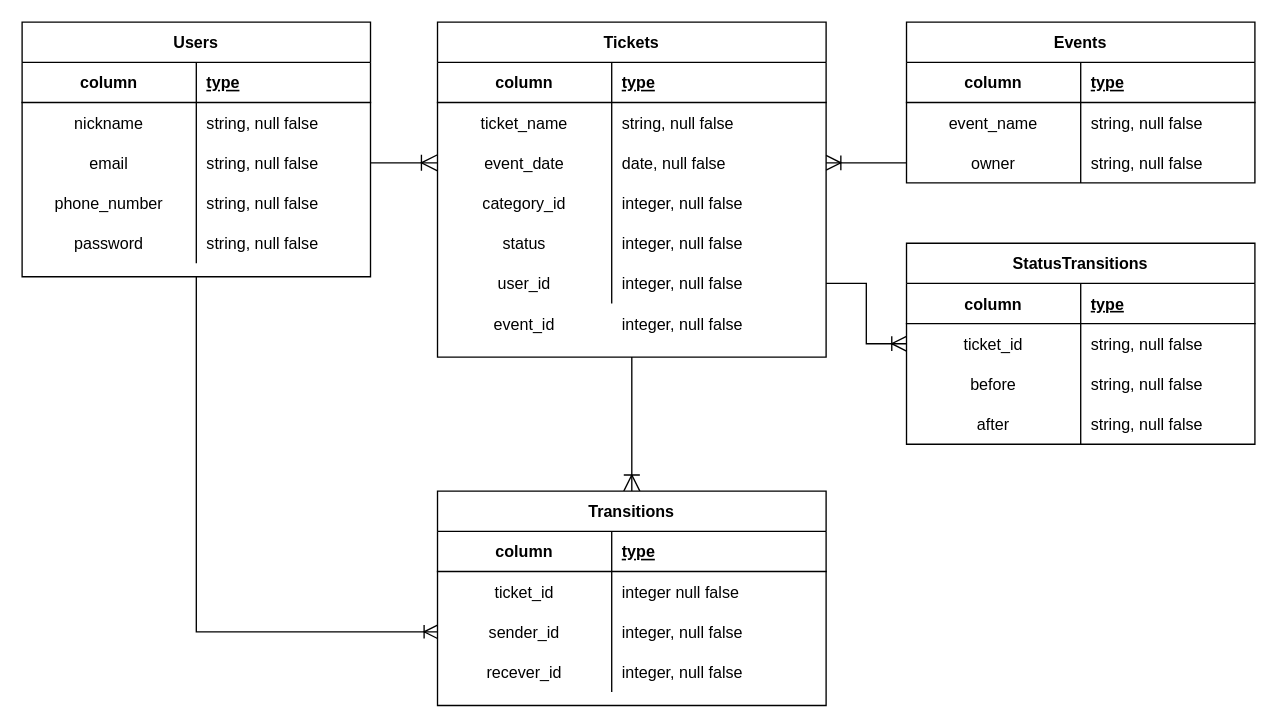
Before: ticket_transfer_app.dio in yuyakawai0411/auth-ticket-transfer, a draw.io diagram. Source tidied: cells renumbered, new cells numbered last; positions are measured from the earlier drawing's top-left corner, leaving out a move shared by most shapes. Both pictures are drawn from the tidied source at 134%, with x=0, y=0 at pixel (21, 21).
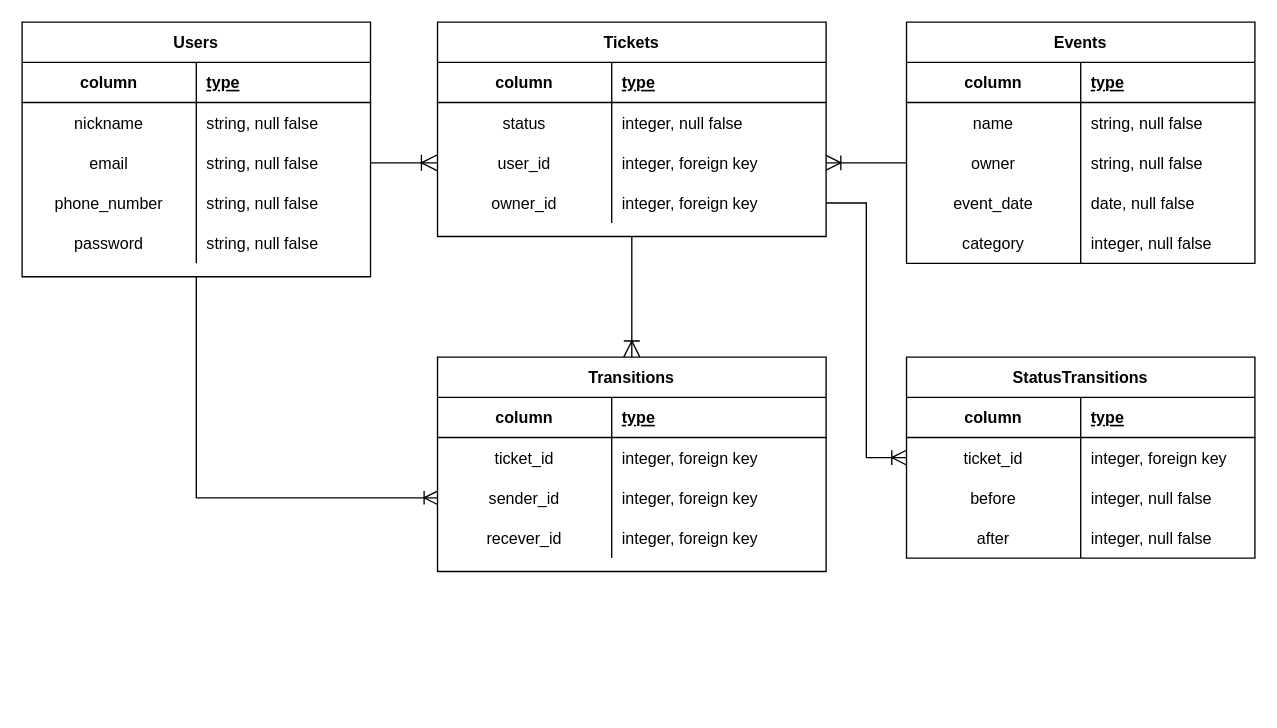
Above is the later version.

The change refers to these unchanged cells:
```xml
<mxCell id="10" style="shape=partialRectangle;fillColor=none;top=0;left=0;bottom=0;right=0;points=[[0,0.5],[1,0.5]];portConstraint=eastwest;" parent="3" vertex="1">
  <mxGeometry y="90" width="260" height="30" as="geometry" />
</mxCell>
<mxCell id="44" style="shape=partialRectangle;fillColor=none;top=0;left=0;bottom=0;right=0;" parent="40" vertex="1">
  <mxGeometry y="60" width="290" height="30" as="geometry" />
</mxCell>
<mxCell id="47" style="shape=partialRectangle;fillColor=none;top=0;left=0;bottom=0;right=0;points=[[0,0.5],[1,0.5]];portConstraint=eastwest;" parent="40" vertex="1">
  <mxGeometry y="90" width="290" height="30" as="geometry" />
</mxCell>
<mxCell id="50" style="shape=partialRectangle;fillColor=none;top=0;left=0;bottom=0;right=0;" parent="40" vertex="1">
  <mxGeometry y="120" width="290" height="30" as="geometry" />
</mxCell>
<mxCell id="57" style="shape=partialRectangle;fillColor=none;top=0;left=0;bottom=0;right=0;" parent="53" vertex="1">
  <mxGeometry y="60" width="260" height="30" as="geometry" />
</mxCell>
<mxCell id="60" style="shape=partialRectangle;fillColor=none;top=0;left=0;bottom=0;right=0;points=[[0,0.5],[1,0.5]];portConstraint=eastwest;" parent="53" vertex="1">
  <mxGeometry y="90" width="260" height="30" as="geometry" />
</mxCell>
<mxCell id="70" style="shape=partialRectangle;fillColor=none;top=0;left=0;bottom=0;right=0;points=[[0,0.5],[1,0.5]];portConstraint=eastwest;" parent="66" vertex="1">
  <mxGeometry y="60" width="260" height="30" as="geometry" />
</mxCell>
<mxCell id="73" style="shape=partialRectangle;fillColor=none;top=0;left=0;bottom=0;right=0;" parent="66" vertex="1">
  <mxGeometry y="90" width="260" height="30" as="geometry" />
</mxCell>
<mxCell id="76" style="shape=partialRectangle;fillColor=none;top=0;left=0;bottom=0;right=0;" parent="66" vertex="1">
  <mxGeometry y="120" width="260" height="30" as="geometry" />
</mxCell>
```

Change to the diagram source:
```diff
@@
     <mxCell id="20" value="Tickets" style="shape=table;startSize=30;childLayout=tableLayout;rowLines=0;fontStyle=1;align=center;" parent="1" vertex="1">
-      <mxGeometry x="310" width="290" height="250" as="geometry" />
+      <mxGeometry x="310" width="290" height="160" as="geometry" />
     </mxCell>
@@
-    <mxCell id="24" style="shape=partialRectangle;fillColor=none;top=0;left=0;bottom=0;right=0;" parent="20" vertex="1">
-      <mxGeometry y="60" width="290" height="30" as="geometry" />
-    </mxCell>
-    <mxCell id="25" value="ticket_name" style="shape=partialRectangle;fillColor=none;top=0;left=0;bottom=0;right=0;overflow=hidden;" parent="24" vertex="1">
-      <mxGeometry width="130" height="30" as="geometry" />
-    </mxCell>
-    <mxCell id="26" value="string, null false" style="shape=partialRectangle;fillColor=none;top=0;left=0;bottom=0;right=0;align=left;spacingLeft=6;overflow=hidden;" parent="24" vertex="1">
-      <mxGeometry x="130" width="160" height="30" as="geometry" />
-    </mxCell>
-    <mxCell id="27" style="shape=partialRectangle;fillColor=none;top=0;left=0;bottom=0;right=0;points=[[0,0.5],[1,0.5]];portConstraint=eastwest;" parent="20" vertex="1">
-      <mxGeometry y="90" width="290" height="30" as="geometry" />
-    </mxCell>
-    <mxCell id="28" value="event_date" style="shape=partialRectangle;fillColor=none;top=0;left=0;bottom=0;right=0;overflow=hidden;" parent="27" vertex="1">
-      <mxGeometry width="130" height="30" as="geometry" />
-    </mxCell>
-    <mxCell id="29" value="date, null false" style="shape=partialRectangle;fillColor=none;top=0;left=0;bottom=0;right=0;align=left;spacingLeft=6;overflow=hidden;" parent="27" vertex="1">
-      <mxGeometry x="130" width="160" height="30" as="geometry" />
-    </mxCell>
     <mxCell id="30" style="shape=partialRectangle;fillColor=none;top=0;left=0;bottom=0;right=0;" parent="20" vertex="1">
-      <mxGeometry y="120" width="290" height="30" as="geometry" />
+      <mxGeometry y="60" width="290" height="30" as="geometry" />
     </mxCell>
-    <mxCell id="31" value="category_id" style="shape=partialRectangle;fillColor=none;top=0;left=0;bottom=0;right=0;overflow=hidden;" parent="30" vertex="1">
+    <mxCell id="31" value="status" style="shape=partialRectangle;fillColor=none;top=0;left=0;bottom=0;right=0;overflow=hidden;" parent="30" vertex="1">
       <mxGeometry width="130" height="30" as="geometry" />
     </mxCell>
@@
     <mxCell id="33" style="shape=partialRectangle;fillColor=none;top=0;left=0;bottom=0;right=0;" parent="20" vertex="1">
-      <mxGeometry y="150" width="290" height="30" as="geometry" />
+      <mxGeometry y="90" width="290" height="30" as="geometry" />
     </mxCell>
-    <mxCell id="34" value="status" style="shape=partialRectangle;fillColor=none;top=0;left=0;bottom=0;right=0;overflow=hidden;" parent="33" vertex="1">
+    <mxCell id="34" value="user_id" style="shape=partialRectangle;fillColor=none;top=0;left=0;bottom=0;right=0;overflow=hidden;" parent="33" vertex="1">
       <mxGeometry width="130" height="30" as="geometry" />
     </mxCell>
-    <mxCell id="35" value="integer, null false" style="shape=partialRectangle;fillColor=none;top=0;left=0;bottom=0;right=0;align=left;spacingLeft=6;overflow=hidden;" parent="33" vertex="1">
+    <mxCell id="35" value="integer, foreign key" style="shape=partialRectangle;fillColor=none;top=0;left=0;bottom=0;right=0;align=left;spacingLeft=6;overflow=hidden;" parent="33" vertex="1">
       <mxGeometry x="130" width="160" height="30" as="geometry" />
     </mxCell>
     <mxCell id="36" style="shape=partialRectangle;fillColor=none;top=0;left=0;bottom=0;right=0;points=[[0,0.5],[1,0.5]];portConstraint=eastwest;" parent="20" vertex="1">
-      <mxGeometry y="180" width="290" height="30" as="geometry" />
+      <mxGeometry y="120" width="290" height="30" as="geometry" />
     </mxCell>
-    <mxCell id="37" value="user_id" style="shape=partialRectangle;fillColor=none;top=0;left=0;bottom=0;right=0;overflow=hidden;" parent="36" vertex="1">
+    <mxCell id="37" value="owner_id" style="shape=partialRectangle;fillColor=none;top=0;left=0;bottom=0;right=0;overflow=hidden;" parent="36" vertex="1">
       <mxGeometry width="130" height="30" as="geometry" />
     </mxCell>
-    <mxCell id="38" value="integer, null false" style="shape=partialRectangle;fillColor=none;top=0;left=0;bottom=0;right=0;align=left;spacingLeft=6;overflow=hidden;" parent="36" vertex="1">
+    <mxCell id="38" value="integer, foreign key" style="shape=partialRectangle;fillColor=none;top=0;left=0;bottom=0;right=0;align=left;spacingLeft=6;overflow=hidden;" parent="36" vertex="1">
       <mxGeometry x="130" width="160" height="30" as="geometry" />
     </mxCell>
-    <mxCell id="39" style="edgeStyle=orthogonalEdgeStyle;rounded=0;jettySize=auto;html=1;entryX=0;entryY=0.5;entryDx=0;entryDy=0;endArrow=ERoneToMany;endFill=0;endSize=10;startSize=10;" parent="1" edge="1" source="10" target="27">
-      <mxGeometry relative="1" as="geometry" />
+    <mxCell id="39" style="edgeStyle=orthogonalEdgeStyle;rounded=0;jettySize=auto;html=1;endArrow=ERoneToMany;endFill=0;endSize=10;startSize=10;" parent="1" edge="1" source="10">
+      <mxGeometry relative="1" as="geometry">
+        <mxPoint x="310" y="105" as="targetPoint" />
+      </mxGeometry>
     </mxCell>
     <mxCell id="40" value="Transitions" style="shape=table;startSize=30;childLayout=tableLayout;rowLines=0;fontStyle=1;align=center;" parent="1" vertex="1">
-      <mxGeometry x="310" y="350" width="290" height="160" as="geometry" />
+      <mxGeometry x="310" y="250" width="290" height="160" as="geometry" />
     </mxCell>
@@
-    <mxCell id="46" value="integer null false " style="shape=partialRectangle;fillColor=none;top=0;left=0;bottom=0;right=0;align=left;spacingLeft=6;overflow=hidden;" parent="44" vertex="1">
+    <mxCell id="46" value="integer, foreign key" style="shape=partialRectangle;fillColor=none;top=0;left=0;bottom=0;right=0;align=left;spacingLeft=6;overflow=hidden;" parent="44" vertex="1">
       <mxGeometry x="130" width="160" height="30" as="geometry" />
     </mxCell>
@@
-    <mxCell id="49" value="integer, null false " style="shape=partialRectangle;fillColor=none;top=0;left=0;bottom=0;right=0;align=left;spacingLeft=6;overflow=hidden;" parent="47" vertex="1">
+    <mxCell id="49" value="integer, foreign key" style="shape=partialRectangle;fillColor=none;top=0;left=0;bottom=0;right=0;align=left;spacingLeft=6;overflow=hidden;" parent="47" vertex="1">
       <mxGeometry x="130" width="160" height="30" as="geometry" />
     </mxCell>
@@
-    <mxCell id="52" value="integer, null false " style="shape=partialRectangle;fillColor=none;top=0;left=0;bottom=0;right=0;align=left;spacingLeft=6;overflow=hidden;" parent="50" vertex="1">
+    <mxCell id="52" value="integer, foreign key" style="shape=partialRectangle;fillColor=none;top=0;left=0;bottom=0;right=0;align=left;spacingLeft=6;overflow=hidden;" parent="50" vertex="1">
       <mxGeometry x="130" width="160" height="30" as="geometry" />
     </mxCell>
     <mxCell id="53" value="Events" style="shape=table;startSize=30;childLayout=tableLayout;rowLines=0;fontStyle=1;align=center;" parent="1" vertex="1">
-      <mxGeometry x="660" width="260" height="120" as="geometry" />
+      <mxGeometry x="660" width="260" height="180" as="geometry" />
     </mxCell>
@@
-    <mxCell id="58" value="event_name" style="shape=partialRectangle;fillColor=none;top=0;left=0;bottom=0;right=0;overflow=hidden;" parent="57" vertex="1">
+    <mxCell id="58" value="name" style="shape=partialRectangle;fillColor=none;top=0;left=0;bottom=0;right=0;overflow=hidden;" parent="57" vertex="1">
       <mxGeometry width="130" height="30" as="geometry" />
     </mxCell>
@@
+    <mxCell id="80" style="shape=partialRectangle;fillColor=none;top=0;left=0;bottom=0;right=0;" parent="53" vertex="1">
+      <mxGeometry y="120" width="260" height="30" as="geometry" />
+    </mxCell>
+    <mxCell id="28" value="event_date" style="shape=partialRectangle;fillColor=none;top=0;left=0;bottom=0;right=0;overflow=hidden;" parent="80" vertex="1">
+      <mxGeometry width="130" height="30" as="geometry" />
+    </mxCell>
+    <mxCell id="29" value="date, null false" style="shape=partialRectangle;fillColor=none;top=0;left=0;bottom=0;right=0;align=left;spacingLeft=6;overflow=hidden;" parent="80" vertex="1">
+      <mxGeometry x="130" width="130" height="30" as="geometry" />
+    </mxCell>
+    <mxCell id="81" style="shape=partialRectangle;fillColor=none;top=0;left=0;bottom=0;right=0;" parent="53" vertex="1">
+      <mxGeometry y="150" width="260" height="30" as="geometry" />
+    </mxCell>
+    <mxCell id="82" value="category" style="shape=partialRectangle;fillColor=none;top=0;left=0;bottom=0;right=0;overflow=hidden;" parent="81" vertex="1">
+      <mxGeometry width="130" height="30" as="geometry" />
+    </mxCell>
+    <mxCell id="65" value="integer, null false" style="shape=partialRectangle;fillColor=none;top=0;left=0;bottom=0;right=0;align=left;spacingLeft=6;overflow=hidden;" parent="81" vertex="1">
+      <mxGeometry x="130" width="130" height="30" as="geometry" />
+    </mxCell>
-    <mxCell id="63" style="edgeStyle=orthogonalEdgeStyle;rounded=0;jettySize=auto;html=1;exitX=0;exitY=0.5;exitDx=0;exitDy=0;entryX=1;entryY=0.5;entryDx=0;entryDy=0;endArrow=ERoneToMany;endFill=0;startSize=8;endSize=9;" parent="1" edge="1" source="60" target="27">
-      <mxGeometry relative="1" as="geometry" />
+    <mxCell id="63" style="edgeStyle=orthogonalEdgeStyle;rounded=0;jettySize=auto;html=1;exitX=0;exitY=0.5;exitDx=0;exitDy=0;endArrow=ERoneToMany;endFill=0;startSize=8;endSize=9;" parent="1" edge="1" source="60">
+      <mxGeometry relative="1" as="geometry">
+        <mxPoint x="600" y="105" as="targetPoint" />
+      </mxGeometry>
     </mxCell>
-    <mxCell id="64" value="event_id" style="shape=partialRectangle;fillColor=none;top=0;left=0;bottom=0;right=0;overflow=hidden;" parent="1" vertex="1">
-      <mxGeometry x="310" y="210" width="130" height="30" as="geometry" />
-    </mxCell>
-    <mxCell id="65" value="integer, null false" style="shape=partialRectangle;fillColor=none;top=0;left=0;bottom=0;right=0;align=left;spacingLeft=6;overflow=hidden;" parent="1" vertex="1">
-      <mxGeometry x="440" y="210" width="160" height="30" as="geometry" />
-    </mxCell>
     <mxCell id="66" value="StatusTransitions" style="shape=table;startSize=30;childLayout=tableLayout;rowLines=0;fontStyle=1;align=center;" parent="1" vertex="1">
-      <mxGeometry x="660" y="165" width="260" height="150" as="geometry" />
+      <mxGeometry x="660" y="250" width="260" height="150" as="geometry" />
     </mxCell>
@@
-    <mxCell id="72" value="string, null false" style="shape=partialRectangle;fillColor=none;top=0;left=0;bottom=0;right=0;align=left;spacingLeft=6;overflow=hidden;" parent="70" vertex="1">
+    <mxCell id="72" value="integer, foreign key" style="shape=partialRectangle;fillColor=none;top=0;left=0;bottom=0;right=0;align=left;spacingLeft=6;overflow=hidden;" parent="70" vertex="1">
       <mxGeometry x="130" width="130" height="30" as="geometry" />
     </mxCell>
@@
-    <mxCell id="75" value="string, null false" style="shape=partialRectangle;fillColor=none;top=0;left=0;bottom=0;right=0;align=left;spacingLeft=6;overflow=hidden;" parent="73" vertex="1">
+    <mxCell id="75" value="integer, null false" style="shape=partialRectangle;fillColor=none;top=0;left=0;bottom=0;right=0;align=left;spacingLeft=6;overflow=hidden;" parent="73" vertex="1">
       <mxGeometry x="130" width="130" height="30" as="geometry" />
     </mxCell>
@@
-    <mxCell id="78" value="string, null false" style="shape=partialRectangle;fillColor=none;top=0;left=0;bottom=0;right=0;align=left;spacingLeft=6;overflow=hidden;" parent="76" vertex="1">
+    <mxCell id="78" value="integer, null false" style="shape=partialRectangle;fillColor=none;top=0;left=0;bottom=0;right=0;align=left;spacingLeft=6;overflow=hidden;" parent="76" vertex="1">
       <mxGeometry x="130" width="130" height="30" as="geometry" />
     </mxCell>
```
